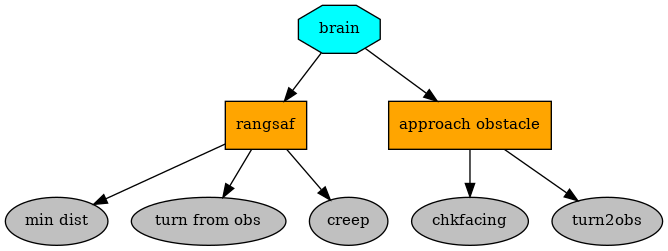
campusrover/2020prrexamples keeps this Graphviz diagram as brain.png. Above is the earlier version. Its source is kept beside it as brain.dot. The source it was exported from:
```dot
digraph brain {
graph [fontname="times-roman"];
node [fontname="times-roman"];
edge [fontname="times-roman"];
brain [fontcolor=black, shape=octagon, fontsize=11, style=filled, fillcolor=cyan];
rangsaf [fontcolor=black, shape=box, fontsize=11, style=filled, fillcolor=orange];
brain -> rangsaf;
"min dist" [fontcolor=black, shape=ellipse, fontsize=11, style=filled, fillcolor=gray];
rangsaf -> "min dist";
"turn from obs" [fontcolor=black, shape=ellipse, fontsize=11, style=filled, fillcolor=gray];
rangsaf -> "turn from obs";
creep [fontcolor=black, shape=ellipse, fontsize=11, style=filled, fillcolor=gray];
rangsaf -> creep;
"approach obstacle" [fontcolor=black, shape=box, fontsize=11, style=filled, fillcolor=orange];
brain -> "approach obstacle";
chkfacing [fontcolor=black, shape=ellipse, fontsize=11, style=filled, fillcolor=gray];
"approach obstacle" -> chkfacing;
turn2obs [fontcolor=black, shape=ellipse, fontsize=11, style=filled, fillcolor=gray];
"approach obstacle" -> turn2obs;
}
```
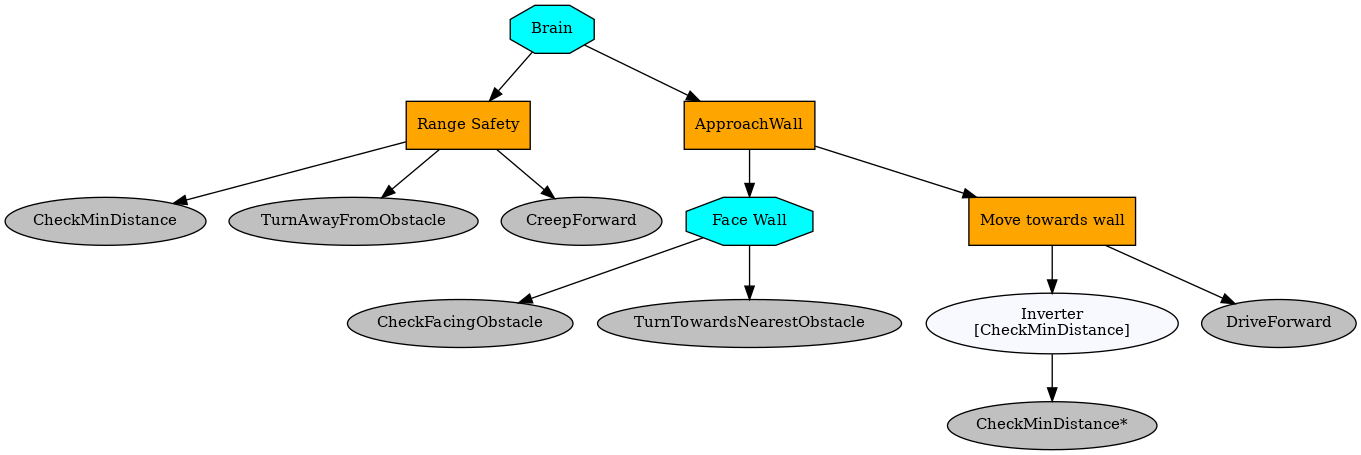
After the commit.

The edit, as a diff of the source:
```diff
@@ -2,19 +2,29 @@
 graph [fontname="times-roman"];
 node [fontname="times-roman"];
 edge [fontname="times-roman"];
-brain [fontcolor=black, shape=octagon, fontsize=11, style=filled, fillcolor=cyan];
-rangsaf [fontcolor=black, shape=box, fontsize=11, style=filled, fillcolor=orange];
-brain -> rangsaf;
-"min dist" [fontcolor=black, shape=ellipse, fontsize=11, style=filled, fillcolor=gray];
-rangsaf -> "min dist";
-"turn from obs" [fontcolor=black, shape=ellipse, fontsize=11, style=filled, fillcolor=gray];
-rangsaf -> "turn from obs";
-creep [fontcolor=black, shape=ellipse, fontsize=11, style=filled, fillcolor=gray];
-rangsaf -> creep;
-"approach obstacle" [fontcolor=black, shape=box, fontsize=11, style=filled, fillcolor=orange];
-brain -> "approach obstacle";
-chkfacing [fontcolor=black, shape=ellipse, fontsize=11, style=filled, fillcolor=gray];
-"approach obstacle" -> chkfacing;
-turn2obs [fontcolor=black, shape=ellipse, fontsize=11, style=filled, fillcolor=gray];
-"approach obstacle" -> turn2obs;
+Brain [fontcolor=black, shape=octagon, fontsize=11, style=filled, fillcolor=cyan];
+"Range Safety" [fontcolor=black, shape=box, fontsize=11, style=filled, fillcolor=orange];
+Brain -> "Range Safety";
+CheckMinDistance [fontcolor=black, shape=ellipse, fontsize=11, style=filled, fillcolor=gray];
+"Range Safety" -> CheckMinDistance;
+TurnAwayFromObstacle [fontcolor=black, shape=ellipse, fontsize=11, style=filled, fillcolor=gray];
+"Range Safety" -> TurnAwayFromObstacle;
+CreepForward [fontcolor=black, shape=ellipse, fontsize=11, style=filled, fillcolor=gray];
+"Range Safety" -> CreepForward;
+ApproachWall [fontcolor=black, shape=box, fontsize=11, style=filled, fillcolor=orange];
+Brain -> ApproachWall;
+"Face Wall" [fontcolor=black, shape=octagon, fontsize=11, style=filled, fillcolor=cyan];
+ApproachWall -> "Face Wall";
+CheckFacingObstacle [fontcolor=black, shape=ellipse, fontsize=11, style=filled, fillcolor=gray];
+"Face Wall" -> CheckFacingObstacle;
+TurnTowardsNearestObstacle [fontcolor=black, shape=ellipse, fontsize=11, style=filled, fillcolor=gray];
+"Face Wall" -> TurnTowardsNearestObstacle;
+"Move towards wall" [fontcolor=black, shape=box, fontsize=11, style=filled, fillcolor=orange];
+ApproachWall -> "Move towards wall";
+"Inverter\n[CheckMinDistance]" [fontcolor=black, shape=ellipse, fontsize=11, style=filled, fillcolor=ghostwhite];
+"Move towards wall" -> "Inverter\n[CheckMinDistance]";
+"CheckMinDistance*" [fontcolor=black, shape=ellipse, fontsize=11, style=filled, fillcolor=gray];
+"Inverter\n[CheckMinDistance]" -> "CheckMinDistance*";
+DriveForward [fontcolor=black, shape=ellipse, fontsize=11, style=filled, fillcolor=gray];
+"Move towards wall" -> DriveForward;
 }
```
